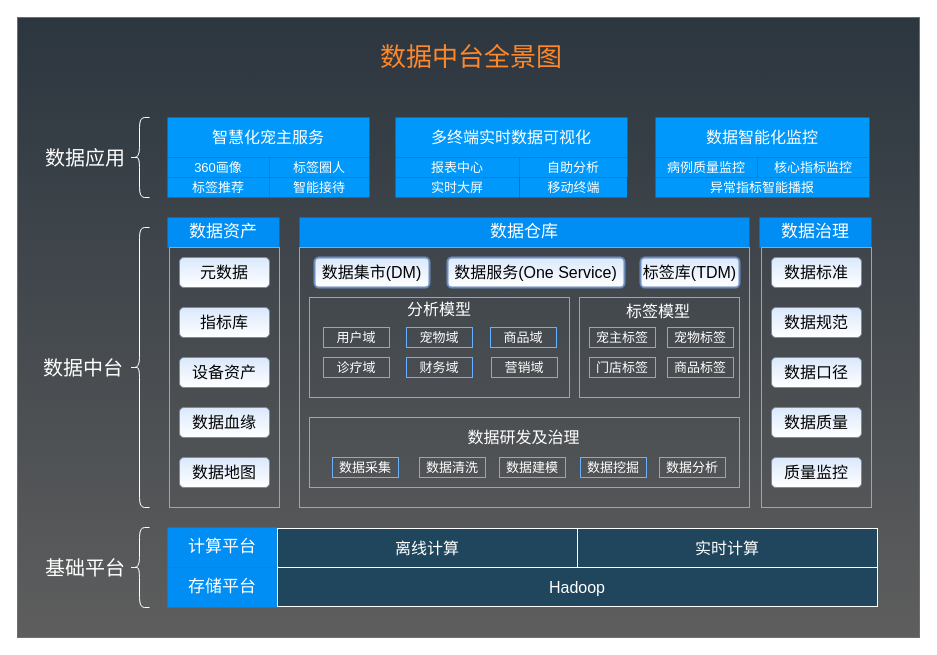
The draw.io diagram page "数据中台全景图" (6 of 6) of pet_data_warehouse/数据中台架构图.drawio in fangzheng0518/draw, before the edit. Source tidied: cells renumbered, new cells numbered last; positions are measured from the earlier drawing's top-left corner, leaving out a move shared by most shapes. Both pictures are drawn from the tidied source at 100%, with x=0, y=0 at pixel (17, 17).
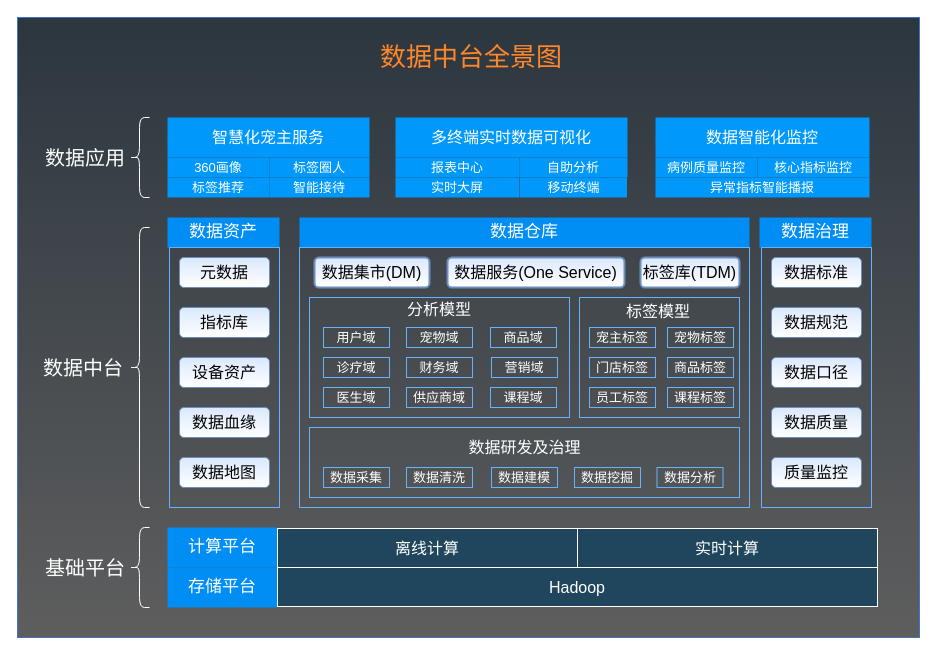
The same diagram, later.

Commit message:
更新数据中台架构图.drawio

What changed in the source:
```diff
@@
     <mxCell id="25" style="rounded=0;whiteSpace=wrap;html=1;fillColor=none;strokeWidth=1;fontSize=16;fontColor=#ffffff;strokeColor=#66B2FF;" parent="1" vertex="1">
-      <mxGeometry x="292" y="280" width="260" height="100" as="geometry" />
+      <mxGeometry x="292" y="280" width="260" height="120" as="geometry" />
     </mxCell>
@@
     <mxCell id="33" style="rounded=0;whiteSpace=wrap;html=1;fillColor=none;strokeWidth=1;fontSize=16;strokeColor=#66B2FF;" parent="1" vertex="1">
-      <mxGeometry x="292" y="400" width="430" height="70" as="geometry" />
+      <mxGeometry x="292" y="410" width="430" height="70" as="geometry" />
     </mxCell>
     <mxCell id="34" value="数据研发及治理" style="text;html=1;strokeColor=none;fillColor=none;align=center;verticalAlign=middle;whiteSpace=wrap;rounded=0;fontSize=16;fontColor=#ffffff;" parent="1" vertex="1">
-      <mxGeometry x="430.5" y="410" width="151" height="20" as="geometry" />
+      <mxGeometry x="431.5" y="420" width="151" height="20" as="geometry" />
     </mxCell>
     <mxCell id="35" value="数据采集" style="rounded=0;whiteSpace=wrap;html=1;strokeWidth=1;fillColor=none;gradientColor=#ffffff;fontSize=13;fontColor=#ffffff;strokeColor=#66B2FF;" parent="1" vertex="1">
-      <mxGeometry x="315" y="440" width="66" height="20" as="geometry" />
+      <mxGeometry x="306" y="450" width="66" height="20" as="geometry" />
     </mxCell>
     <mxCell id="36" value="数据清洗" style="rounded=0;whiteSpace=wrap;html=1;strokeWidth=1;fillColor=none;gradientColor=#ffffff;fontSize=13;fontColor=#ffffff;strokeColor=#66B2FF;" parent="1" vertex="1">
-      <mxGeometry x="402" y="440" width="66" height="20" as="geometry" />
+      <mxGeometry x="389" y="450" width="66" height="20" as="geometry" />
     </mxCell>
     <mxCell id="37" value="数据建模" style="rounded=0;whiteSpace=wrap;html=1;strokeWidth=1;fillColor=none;gradientColor=#ffffff;fontSize=13;fontColor=#ffffff;strokeColor=#66B2FF;" parent="1" vertex="1">
-      <mxGeometry x="482" y="440" width="66" height="20" as="geometry" />
+      <mxGeometry x="474" y="450" width="66" height="20" as="geometry" />
     </mxCell>
     <mxCell id="38" value="数据挖掘" style="rounded=0;whiteSpace=wrap;html=1;strokeWidth=1;fillColor=none;gradientColor=#ffffff;fontSize=13;fontColor=#ffffff;strokeColor=#66B2FF;" parent="1" vertex="1">
-      <mxGeometry x="563" y="440" width="66" height="20" as="geometry" />
+      <mxGeometry x="557" y="450" width="66" height="20" as="geometry" />
     </mxCell>
     <mxCell id="39" value="数据分析" style="rounded=0;whiteSpace=wrap;html=1;strokeWidth=1;fillColor=none;gradientColor=#ffffff;fontSize=13;fontColor=#ffffff;strokeColor=#66B2FF;" parent="1" vertex="1">
-      <mxGeometry x="642" y="440" width="66" height="20" as="geometry" />
+      <mxGeometry x="639.5" y="450" width="66" height="20" as="geometry" />
     </mxCell>
     <mxCell id="40" style="rounded=0;whiteSpace=wrap;html=1;fillColor=none;strokeWidth=1;fontSize=16;strokeColor=#66B2FF;" parent="1" vertex="1">
-      <mxGeometry x="562" y="280" width="160" height="100" as="geometry" />
+      <mxGeometry x="562" y="280" width="160" height="120" as="geometry" />
     </mxCell>
@@
+    <mxCell id="70" style="edgeStyle=orthogonalEdgeStyle;rounded=0;orthogonalLoop=1;jettySize=auto;html=1;exitX=0.5;exitY=1;exitDx=0;exitDy=0;fontSize=17;fontColor=#ffffff;" parent="1" edge="1" source="38" target="38">
+      <mxGeometry relative="1" as="geometry" />
+    </mxCell>
+    <mxCell id="71" style="edgeStyle=orthogonalEdgeStyle;rounded=0;orthogonalLoop=1;jettySize=auto;html=1;exitX=0.5;exitY=1;exitDx=0;exitDy=0;fontSize=17;fontColor=#ffffff;" parent="1" edge="1" source="34" target="34">
+      <mxGeometry relative="1" as="geometry" />
+    </mxCell>
+    <mxCell id="72" value="医生域" style="rounded=0;whiteSpace=wrap;html=1;strokeWidth=1;fillColor=none;gradientColor=#ffffff;fontSize=13;fontColor=#ffffff;strokeColor=#66B2FF;" parent="1" vertex="1">
+      <mxGeometry x="306" y="370" width="66" height="20" as="geometry" />
+    </mxCell>
+    <mxCell id="73" value="供应商域" style="rounded=0;whiteSpace=wrap;html=1;strokeWidth=1;fillColor=none;gradientColor=#ffffff;fontSize=13;fontColor=#ffffff;strokeColor=#66B2FF;" parent="1" vertex="1">
+      <mxGeometry x="389" y="370" width="66" height="20" as="geometry" />
+    </mxCell>
+    <mxCell id="74" value="课程域" style="rounded=0;whiteSpace=wrap;html=1;strokeWidth=1;fillColor=none;gradientColor=#ffffff;fontSize=13;fontColor=#ffffff;strokeColor=#66B2FF;" parent="1" vertex="1">
+      <mxGeometry x="473" y="370" width="66" height="20" as="geometry" />
+    </mxCell>
+    <mxCell id="75" value="员工标签" style="rounded=0;whiteSpace=wrap;html=1;strokeWidth=1;fillColor=none;gradientColor=#ffffff;fontSize=13;fontColor=#ffffff;strokeColor=#66B2FF;" parent="1" vertex="1">
+      <mxGeometry x="572" y="370" width="66" height="20" as="geometry" />
+    </mxCell>
+    <mxCell id="76" value="课程标签" style="rounded=0;whiteSpace=wrap;html=1;strokeWidth=1;fillColor=none;gradientColor=#ffffff;fontSize=13;fontColor=#ffffff;strokeColor=#66B2FF;" parent="1" vertex="1">
+      <mxGeometry x="650" y="370" width="66" height="20" as="geometry" />
+    </mxCell>
```
